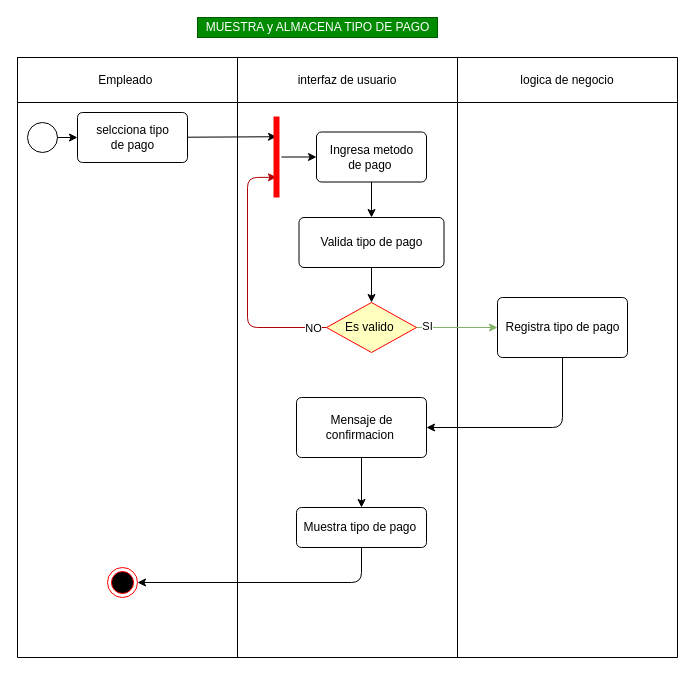
DavidArtavia/Activity_Diagram- keeps this draw.io diagram as Diagramas_Actividad/DAE.9.1.drawio. Above is the earlier version. Source tidied: cells renumbered, new cells numbered last; positions are measured from the earlier drawing's top-left corner, leaving out a move shared by most shapes. Both pictures are drawn from the tidied source at 100%, with x=0, y=0 at pixel (17, 17).
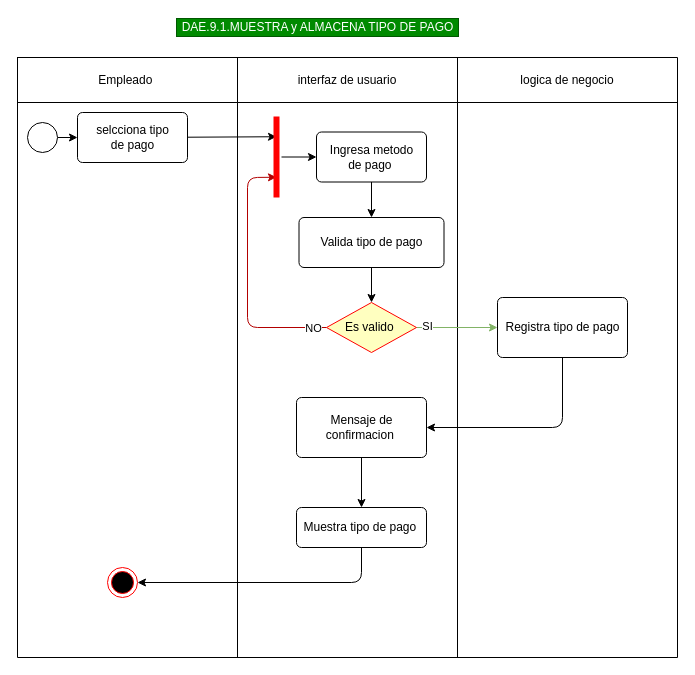
The same page after the edit.

Diff of the diagram source:
```diff
@@
-    <mxCell id="2" value="MUESTRA y ALMACENA TIPO DE PAGO" style="text;html=1;align=center;verticalAlign=middle;rounded=0;fillColor=#008a00;fontColor=#ffffff;strokeColor=#005700;" parent="1" vertex="1">
-      <mxGeometry x="180" width="240" height="20" as="geometry" />
+    <mxCell id="2" value="DAE.9.1.MUESTRA y ALMACENA TIPO DE PAGO" style="text;html=1;align=center;verticalAlign=middle;rounded=0;fillColor=#008a00;fontColor=#ffffff;strokeColor=#005700;" parent="1" vertex="1">
+      <mxGeometry x="159" y="1" width="282" height="18" as="geometry" />
     </mxCell>
```
